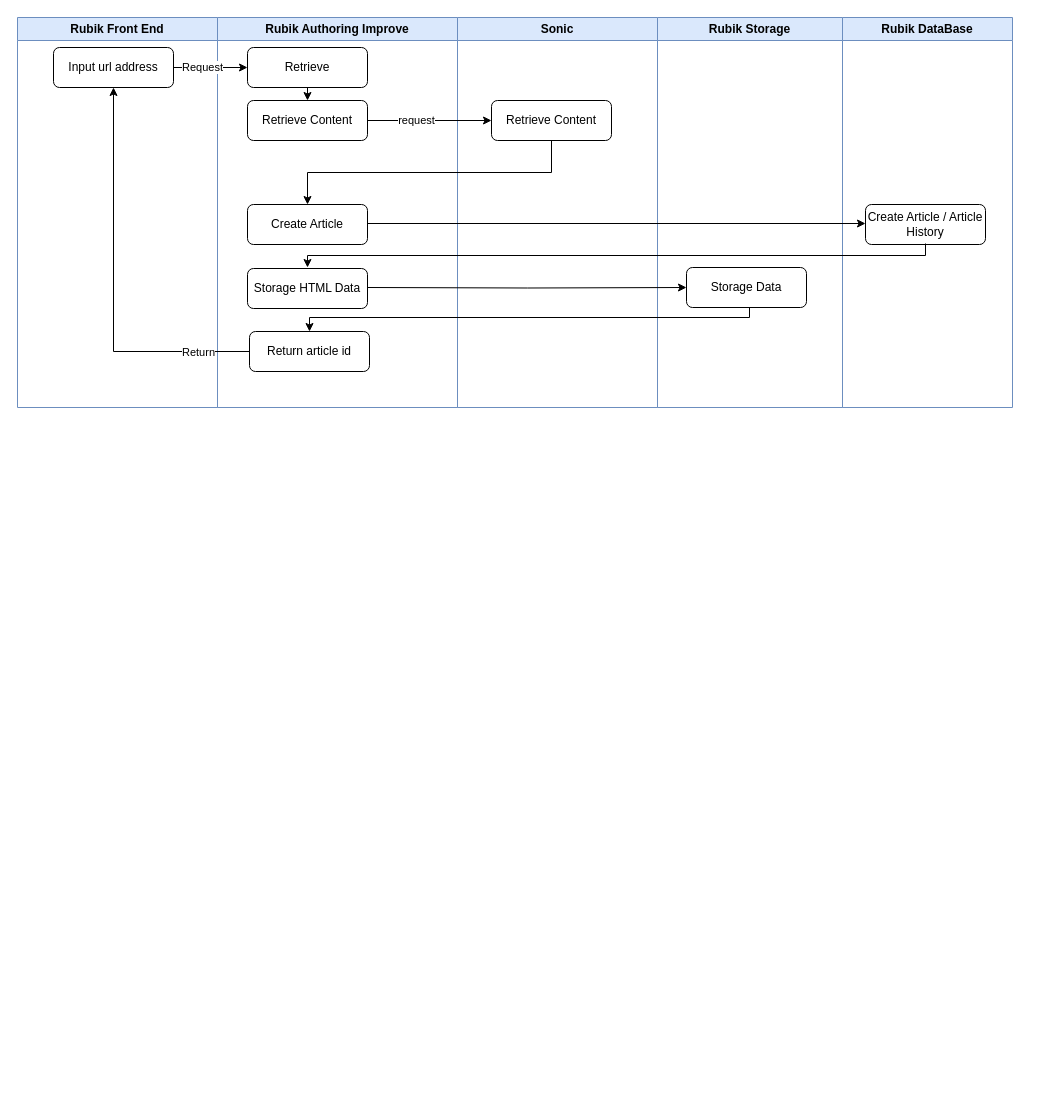
hy986/Repo_0110 keeps this draw.io diagram as page "Page-14" (14 of 16) of 2.drawio. Above is the earlier version. Source tidied: cells renumbered, new cells numbered last; positions are measured from the earlier drawing's top-left corner, leaving out a move shared by most shapes. Both pictures are drawn from the tidied source at 100%, with x=0, y=0 at pixel (17, 17).
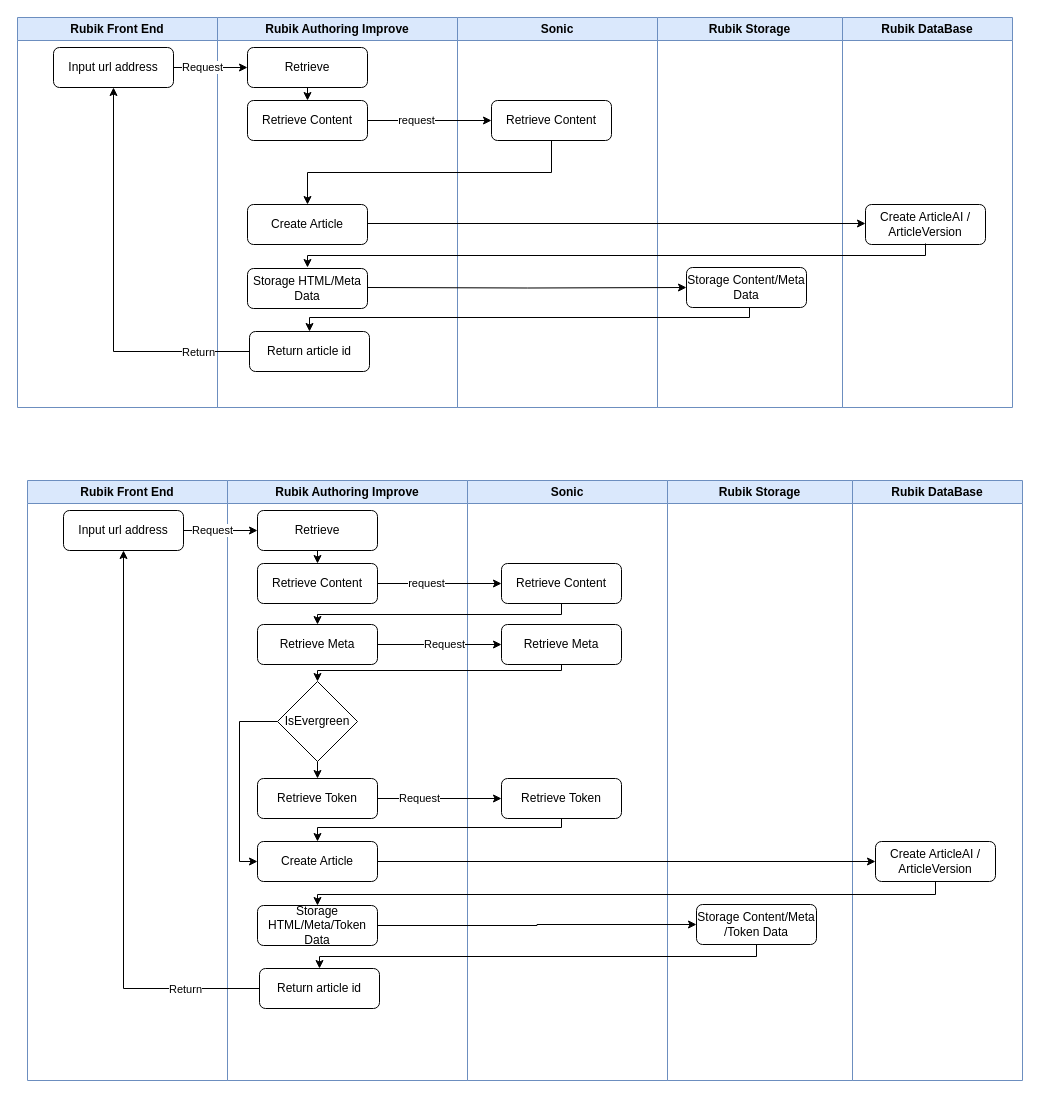
After the change.

The change refers to these unchanged cells:
```xml
<mxCell id="2" value="Rubik Authoring Improve" style="swimlane;whiteSpace=wrap;html=1;swimlaneLine=1;fillColor=#dae8fc;strokeColor=#6c8ebf;" parent="1" vertex="1">
  <mxGeometry x="200" width="240" height="390" as="geometry" />
</mxCell>
<mxCell id="13" value="Rubik Storage" style="swimlane;whiteSpace=wrap;html=1;fillColor=#dae8fc;strokeColor=#6c8ebf;" parent="1" vertex="1">
  <mxGeometry x="640" width="185" height="390" as="geometry" />
</mxCell>
<mxCell id="15" value="Rubik DataBase" style="swimlane;whiteSpace=wrap;html=1;fillColor=#dae8fc;strokeColor=#6c8ebf;" parent="1" vertex="1">
  <mxGeometry x="825" width="170" height="390" as="geometry" />
</mxCell>
```

Change to the diagram source:
```diff
@@
-    <mxCell id="5" value="Storage HTML Data" style="rounded=1;whiteSpace=wrap;html=1;" parent="2" vertex="1">
+    <mxCell id="5" value="Storage HTML/Meta Data" style="rounded=1;whiteSpace=wrap;html=1;" parent="2" vertex="1">
       <mxGeometry x="30" y="251" width="120" height="40" as="geometry" />
     </mxCell>
@@
-    <mxCell id="14" value="Storage Data" style="rounded=1;whiteSpace=wrap;html=1;fillColor=default;" parent="13" vertex="1">
+    <mxCell id="14" value="Storage Content/Meta Data" style="rounded=1;whiteSpace=wrap;html=1;fillColor=default;" parent="13" vertex="1">
       <mxGeometry x="29" y="250" width="120" height="40" as="geometry" />
     </mxCell>
@@
-    <mxCell id="16" value="Create Article / Article History" style="rounded=1;whiteSpace=wrap;html=1;" parent="15" vertex="1">
+    <mxCell id="16" value="Create ArticleAI / ArticleVersion" style="rounded=1;whiteSpace=wrap;html=1;" parent="15" vertex="1">
       <mxGeometry x="23" y="187" width="120" height="40" as="geometry" />
     </mxCell>
@@
+    <mxCell id="28" value="Rubik Authoring Improve" style="swimlane;whiteSpace=wrap;html=1;swimlaneLine=1;fillColor=#dae8fc;strokeColor=#6c8ebf;" parent="1" vertex="1">
+      <mxGeometry x="210" y="463" width="240" height="600" as="geometry" />
+    </mxCell>
+    <mxCell id="29" value="Retrieve Content" style="rounded=1;whiteSpace=wrap;html=1;" parent="28" vertex="1">
+      <mxGeometry x="30" y="83" width="120" height="40" as="geometry" />
+    </mxCell>
+    <mxCell id="30" value="Create Article" style="rounded=1;whiteSpace=wrap;html=1;" parent="28" vertex="1">
+      <mxGeometry x="30" y="361" width="120" height="40" as="geometry" />
+    </mxCell>
+    <mxCell id="31" value="Storage HTML/Meta/Token Data" style="rounded=1;whiteSpace=wrap;html=1;" parent="28" vertex="1">
+      <mxGeometry x="30" y="425" width="120" height="40" as="geometry" />
+    </mxCell>
+    <mxCell id="32" style="edgeStyle=orthogonalEdgeStyle;rounded=0;jettySize=auto;html=1;exitX=0.5;exitY=1;exitDx=0;exitDy=0;entryX=0.5;entryY=0;entryDx=0;entryDy=0;" parent="28" edge="1" source="33" target="29">
+      <mxGeometry relative="1" as="geometry" />
+    </mxCell>
+    <mxCell id="33" value="Retrieve" style="rounded=1;whiteSpace=wrap;html=1;" parent="28" vertex="1">
+      <mxGeometry x="30" y="30" width="120" height="40" as="geometry" />
+    </mxCell>
+    <mxCell id="34" value="Return article id" style="rounded=1;whiteSpace=wrap;html=1;" parent="28" vertex="1">
+      <mxGeometry x="32" y="488" width="120" height="40" as="geometry" />
+    </mxCell>
+    <mxCell id="35" value="Retrieve Meta" style="rounded=1;whiteSpace=wrap;html=1;" parent="28" vertex="1">
+      <mxGeometry x="30" y="144" width="120" height="40" as="geometry" />
+    </mxCell>
+    <mxCell id="36" value="Retrieve Token" style="rounded=1;whiteSpace=wrap;html=1;" parent="28" vertex="1">
+      <mxGeometry x="30" y="298" width="120" height="40" as="geometry" />
+    </mxCell>
+    <mxCell id="37" style="edgeStyle=orthogonalEdgeStyle;rounded=0;jettySize=auto;html=1;exitX=0.5;exitY=1;exitDx=0;exitDy=0;entryX=0.5;entryY=0;entryDx=0;entryDy=0;" parent="28" edge="1" source="39" target="36">
+      <mxGeometry relative="1" as="geometry" />
+    </mxCell>
+    <mxCell id="38" style="edgeStyle=orthogonalEdgeStyle;rounded=0;jettySize=auto;html=1;exitX=0;exitY=0.5;exitDx=0;exitDy=0;entryX=0;entryY=0.5;entryDx=0;entryDy=0;" parent="28" edge="1" source="39" target="30">
+      <mxGeometry relative="1" as="geometry">
+        <Array as="points">
+          <mxPoint x="12" y="241" />
+          <mxPoint x="12" y="381" />
+        </Array>
+      </mxGeometry>
+    </mxCell>
+    <mxCell id="39" value="IsEvergreen" style="rhombus;whiteSpace=wrap;html=1;" parent="28" vertex="1">
+      <mxGeometry x="50" y="201" width="80" height="80" as="geometry" />
+    </mxCell>
+    <mxCell id="40" value="Sonic" style="swimlane;whiteSpace=wrap;html=1;fillColor=#dae8fc;strokeColor=#6c8ebf;" parent="1" vertex="1">
+      <mxGeometry x="450" y="463" width="200" height="600" as="geometry" />
+    </mxCell>
+    <mxCell id="41" value="Retrieve Content" style="rounded=1;whiteSpace=wrap;html=1;" parent="40" vertex="1">
+      <mxGeometry x="34" y="83" width="120" height="40" as="geometry" />
+    </mxCell>
+    <mxCell id="42" value="Retrieve Meta" style="rounded=1;whiteSpace=wrap;html=1;" parent="40" vertex="1">
+      <mxGeometry x="34" y="144" width="120" height="40" as="geometry" />
+    </mxCell>
+    <mxCell id="43" style="edgeStyle=orthogonalEdgeStyle;rounded=0;jettySize=auto;html=1;exitX=1;exitY=0.5;exitDx=0;exitDy=0;" parent="1" edge="1" source="29" target="41">
+      <mxGeometry relative="1" as="geometry" />
+    </mxCell>
+    <mxCell id="44" value="request" style="edgeLabel;html=1;align=center;verticalAlign=middle;" parent="43" vertex="1">
+      <mxGeometry x="-0.23" y="1" relative="1" as="geometry" />
+    </mxCell>
+    <mxCell id="45" value="Rubik Storage" style="swimlane;whiteSpace=wrap;html=1;fillColor=#dae8fc;strokeColor=#6c8ebf;" parent="1" vertex="1">
+      <mxGeometry x="650" y="463" width="185" height="600" as="geometry" />
+    </mxCell>
+    <mxCell id="46" value="Storage Content/Meta /Token Data" style="rounded=1;whiteSpace=wrap;html=1;fillColor=default;" parent="45" vertex="1">
+      <mxGeometry x="29" y="424" width="120" height="40" as="geometry" />
+    </mxCell>
+    <mxCell id="47" value="Rubik DataBase" style="swimlane;whiteSpace=wrap;html=1;fillColor=#dae8fc;strokeColor=#6c8ebf;" parent="1" vertex="1">
+      <mxGeometry x="835" y="463" width="170" height="600" as="geometry" />
+    </mxCell>
+    <mxCell id="48" value="Create ArticleAI / ArticleVersion" style="rounded=1;whiteSpace=wrap;html=1;" parent="47" vertex="1">
+      <mxGeometry x="23" y="361" width="120" height="40" as="geometry" />
+    </mxCell>
+    <mxCell id="49" style="edgeStyle=orthogonalEdgeStyle;rounded=0;jettySize=auto;html=1;exitX=1;exitY=0.5;exitDx=0;exitDy=0;entryX=0;entryY=0.5;entryDx=0;entryDy=0;" parent="1" edge="1" source="31" target="46">
+      <mxGeometry relative="1" as="geometry" />
+    </mxCell>
+    <mxCell id="50" value="Rubik Front End" style="swimlane;whiteSpace=wrap;html=1;fillColor=#dae8fc;strokeColor=#6c8ebf;" parent="1" vertex="1">
+      <mxGeometry x="10" y="463" width="200" height="600" as="geometry" />
+    </mxCell>
+    <mxCell id="51" value="Input url address" style="rounded=1;whiteSpace=wrap;html=1;" parent="50" vertex="1">
+      <mxGeometry x="36" y="30" width="120" height="40" as="geometry" />
+    </mxCell>
+    <mxCell id="52" style="edgeStyle=orthogonalEdgeStyle;rounded=0;jettySize=auto;html=1;exitX=1;exitY=0.5;exitDx=0;exitDy=0;entryX=0;entryY=0.5;entryDx=0;entryDy=0;" parent="1" edge="1" source="51" target="33">
+      <mxGeometry relative="1" as="geometry" />
+    </mxCell>
+    <mxCell id="53" value="Request" style="edgeLabel;html=1;align=center;verticalAlign=middle;" parent="52" vertex="1">
+      <mxGeometry x="-0.24" y="1" relative="1" as="geometry" />
+    </mxCell>
+    <mxCell id="54" style="edgeStyle=orthogonalEdgeStyle;rounded=0;jettySize=auto;html=1;exitX=0.5;exitY=1;exitDx=0;exitDy=0;entryX=0.5;entryY=0;entryDx=0;entryDy=0;" parent="1" edge="1" source="41" target="35">
+      <mxGeometry relative="1" as="geometry">
+        <Array as="points">
+          <mxPoint x="544" y="597" />
+          <mxPoint x="300" y="597" />
+        </Array>
+      </mxGeometry>
+    </mxCell>
+    <mxCell id="55" style="edgeStyle=orthogonalEdgeStyle;rounded=0;jettySize=auto;html=1;exitX=0;exitY=0.5;exitDx=0;exitDy=0;entryX=0.5;entryY=1;entryDx=0;entryDy=0;" parent="1" edge="1" source="34" target="51">
+      <mxGeometry relative="1" as="geometry">
+        <Array as="points">
+          <mxPoint x="106" y="971" />
+        </Array>
+      </mxGeometry>
+    </mxCell>
+    <mxCell id="56" value="Return" style="edgeLabel;html=1;align=center;verticalAlign=middle;" parent="55" vertex="1">
+      <mxGeometry x="-0.74" relative="1" as="geometry" />
+    </mxCell>
+    <mxCell id="57" style="edgeStyle=orthogonalEdgeStyle;rounded=0;jettySize=auto;html=1;exitX=0.5;exitY=1;exitDx=0;exitDy=0;entryX=0.5;entryY=0;entryDx=0;entryDy=0;" parent="1" edge="1" source="46" target="34">
+      <mxGeometry relative="1" as="geometry">
+        <Array as="points">
+          <mxPoint x="739" y="939" />
+          <mxPoint x="302" y="939" />
+        </Array>
+      </mxGeometry>
+    </mxCell>
+    <mxCell id="58" style="edgeStyle=orthogonalEdgeStyle;rounded=0;jettySize=auto;html=1;exitX=1;exitY=0.5;exitDx=0;exitDy=0;entryX=0;entryY=0.5;entryDx=0;entryDy=0;" parent="1" edge="1" source="35" target="42">
+      <mxGeometry relative="1" as="geometry" />
+    </mxCell>
+    <mxCell id="59" value="Request" style="edgeLabel;html=1;align=center;verticalAlign=middle;" parent="58" vertex="1">
+      <mxGeometry x="0.06" y="1" relative="1" as="geometry" />
+    </mxCell>
+    <mxCell id="60" style="edgeStyle=orthogonalEdgeStyle;rounded=0;jettySize=auto;html=1;exitX=0.5;exitY=1;exitDx=0;exitDy=0;entryX=0.5;entryY=0;entryDx=0;entryDy=0;" parent="1" edge="1" source="42" target="39">
+      <mxGeometry relative="1" as="geometry">
+        <Array as="points">
+          <mxPoint x="544" y="653" />
+          <mxPoint x="300" y="653" />
+        </Array>
+      </mxGeometry>
+    </mxCell>
+    <mxCell id="61" style="edgeStyle=orthogonalEdgeStyle;rounded=0;jettySize=auto;html=1;exitX=1;exitY=0.5;exitDx=0;exitDy=0;entryX=0;entryY=0.5;entryDx=0;entryDy=0;" parent="1" edge="1" source="30" target="48">
+      <mxGeometry relative="1" as="geometry" />
+    </mxCell>
+    <mxCell id="62" style="edgeStyle=orthogonalEdgeStyle;rounded=0;jettySize=auto;html=1;exitX=0.5;exitY=1;exitDx=0;exitDy=0;entryX=0.5;entryY=0;entryDx=0;entryDy=0;" parent="1" edge="1" source="48" target="31">
+      <mxGeometry relative="1" as="geometry">
+        <Array as="points">
+          <mxPoint x="918" y="877" />
+          <mxPoint x="300" y="877" />
+        </Array>
+      </mxGeometry>
+    </mxCell>
+    <mxCell id="63" style="edgeStyle=orthogonalEdgeStyle;rounded=0;jettySize=auto;html=1;exitX=0.5;exitY=1;exitDx=0;exitDy=0;entryX=0.5;entryY=0;entryDx=0;entryDy=0;" parent="1" edge="1" source="64" target="30">
+      <mxGeometry relative="1" as="geometry">
+        <Array as="points">
+          <mxPoint x="544" y="810" />
+          <mxPoint x="300" y="810" />
+        </Array>
+      </mxGeometry>
+    </mxCell>
+    <mxCell id="64" value="Retrieve Token" style="rounded=1;whiteSpace=wrap;html=1;" parent="1" vertex="1">
+      <mxGeometry x="484" y="761" width="120" height="40" as="geometry" />
+    </mxCell>
+    <mxCell id="65" style="edgeStyle=orthogonalEdgeStyle;rounded=0;jettySize=auto;html=1;exitX=1;exitY=0.5;exitDx=0;exitDy=0;entryX=0;entryY=0.5;entryDx=0;entryDy=0;" parent="1" edge="1" source="36" target="64">
+      <mxGeometry relative="1" as="geometry" />
+    </mxCell>
+    <mxCell id="66" value="Request" style="edgeLabel;html=1;align=center;verticalAlign=middle;" parent="65" vertex="1">
+      <mxGeometry x="-0.34" y="1" relative="1" as="geometry" />
+    </mxCell>
```
